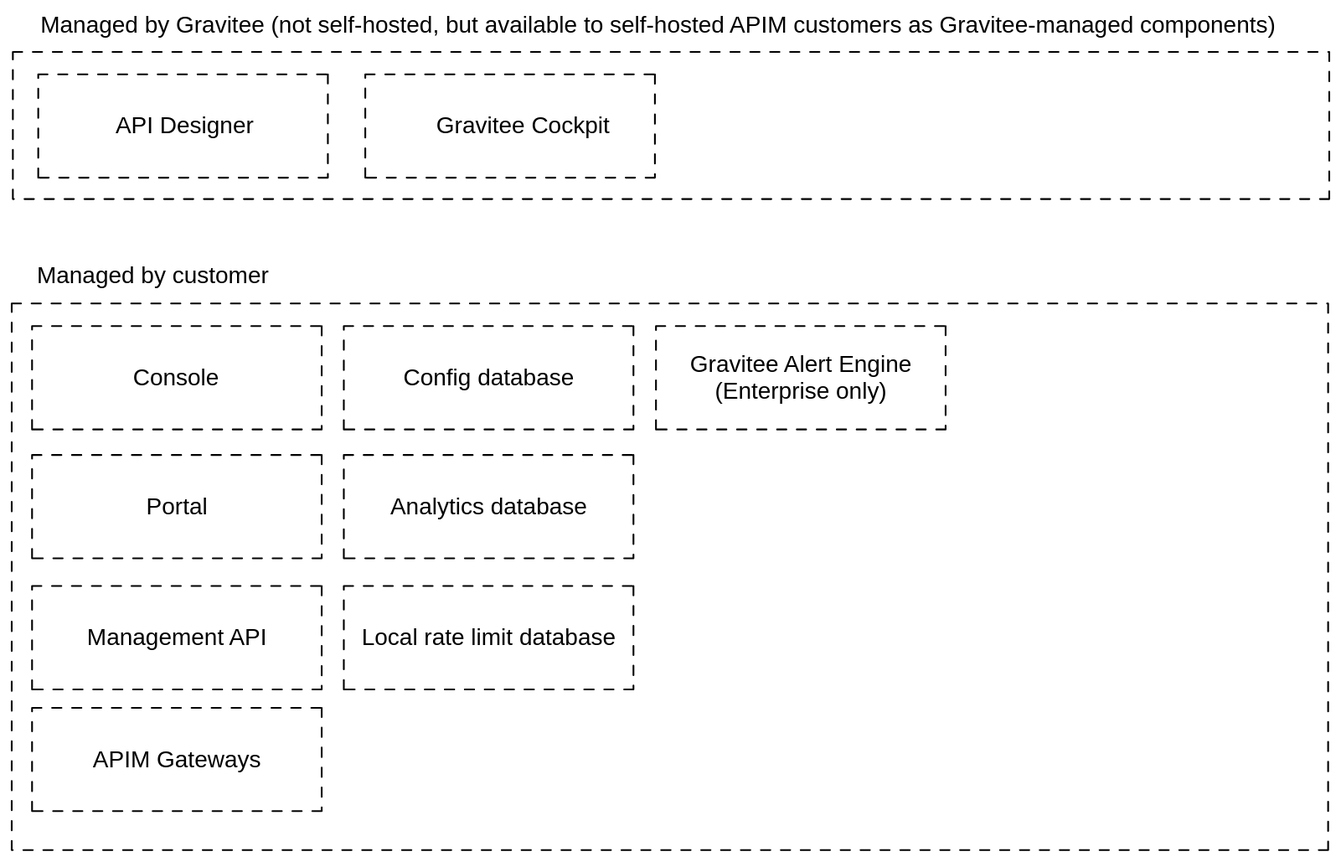
Above: docs/apim/4.2/.gitbook/assets/file.excalidraw (20).svg in gravitee-io/gravitee-platform-docs (Excalidraw), before the change. Source tidied: one line per element, renumbered; positions are measured from the earlier drawing's top-left corner, leaving out a move shared by most shapes. The source it was exported from:
```json
{"id": 0, "type": "rectangle", "strokeColor": "#000000", "strokeWidth": 1, "strokeStyle": "dashed", "roughness": 0, "x": 1, "y": 34, "width": 1123, "height": 126}
{"id": 1, "type": "rectangle", "strokeColor": "#000000", "strokeWidth": 1, "strokeStyle": "dashed", "roughness": 0, "x": 0, "y": 249, "width": 1123, "height": 466}
{"id": 2, "type": "text", "text": "Managed by Gravitee (not self-hosted, but available to self-hosted APIM customers as Gravitee-managed components)", "strokeColor": "#000000", "strokeWidth": 1, "strokeStyle": "dashed", "roughness": 1, "fontSize": 20, "fontFamily": 2, "x": 24, "y": 0, "width": 1056, "height": 23}
{"id": 3, "type": "text", "text": "Managed by customer", "strokeColor": "#000000", "strokeWidth": 1, "strokeStyle": "dashed", "roughness": 1, "fontSize": 20, "fontFamily": 2, "x": 21, "y": 213, "width": 200, "height": 23}
{"id": 4, "type": "rectangle", "strokeColor": "#000000", "strokeWidth": 1, "strokeStyle": "dashed", "roughness": 0, "x": 23, "y": 53, "width": 247, "height": 88}
{"id": 5, "type": "rectangle", "strokeColor": "#000000", "strokeWidth": 1, "strokeStyle": "dashed", "roughness": 0, "x": 17, "y": 268, "width": 247, "height": 88}
{"id": 6, "type": "rectangle", "strokeColor": "#000000", "strokeWidth": 1, "strokeStyle": "dashed", "roughness": 0, "x": 283, "y": 268, "width": 247, "height": 88}
{"id": 7, "type": "rectangle", "strokeColor": "#000000", "strokeWidth": 1, "strokeStyle": "dashed", "roughness": 0, "x": 550, "y": 268, "width": 247, "height": 88}
{"id": 8, "type": "text", "text": "Config database", "strokeColor": "#000000", "strokeWidth": 1, "strokeStyle": "dashed", "roughness": 1, "fontSize": 20, "fontFamily": 2, "textAlign": "center", "verticalAlign": "middle", "inside": 6, "x": 333, "y": 301, "width": 148, "height": 23}
{"id": 9, "type": "text", "text": "Gravitee Alert Engine\n(Enterprise only)", "strokeColor": "#000000", "strokeWidth": 1, "strokeStyle": "dashed", "roughness": 1, "fontSize": 20, "fontFamily": 2, "textAlign": "center", "verticalAlign": "middle", "inside": 7, "x": 578, "y": 289, "width": 190, "height": 46}
{"id": 10, "type": "rectangle", "strokeColor": "#000000", "strokeWidth": 1, "strokeStyle": "dashed", "roughness": 0, "x": 283, "y": 378, "width": 247, "height": 88}
{"id": 11, "type": "text", "text": "Analytics database", "strokeColor": "#000000", "strokeWidth": 1, "strokeStyle": "dashed", "roughness": 0, "fontSize": 20, "fontFamily": 2, "textAlign": "center", "verticalAlign": "middle", "inside": 10, "x": 322, "y": 410, "width": 170, "height": 23}
{"id": 12, "type": "rectangle", "strokeColor": "#000000", "strokeWidth": 1, "strokeStyle": "dashed", "roughness": 0, "x": 283, "y": 490, "width": 247, "height": 88}
{"id": 13, "type": "text", "text": "Local rate limit database", "strokeColor": "#000000", "strokeWidth": 1, "strokeStyle": "dashed", "roughness": 0, "fontSize": 20, "fontFamily": 2, "textAlign": "center", "verticalAlign": "middle", "inside": 12, "x": 297, "y": 522, "width": 219, "height": 23}
{"id": 14, "type": "rectangle", "strokeColor": "#000000", "strokeWidth": 1, "strokeStyle": "dashed", "roughness": 0, "x": 17, "y": 378, "width": 247, "height": 88}
{"id": 15, "type": "rectangle", "strokeColor": "#000000", "strokeWidth": 1, "strokeStyle": "dashed", "roughness": 0, "x": 17, "y": 490, "width": 247, "height": 88}
{"id": 16, "type": "rectangle", "strokeColor": "#000000", "strokeWidth": 1, "strokeStyle": "dashed", "roughness": 0, "x": 17, "y": 594, "width": 247, "height": 88}
{"id": 17, "type": "text", "text": "Portal", "strokeColor": "#000000", "strokeWidth": 1, "strokeStyle": "dashed", "roughness": 1, "fontSize": 20, "fontFamily": 2, "textAlign": "center", "verticalAlign": "middle", "inside": 14, "x": 114, "y": 410, "width": 54, "height": 23}
{"id": 18, "type": "text", "text": "Management API", "strokeColor": "#000000", "strokeWidth": 1, "strokeStyle": "dashed", "roughness": 1, "fontSize": 20, "fontFamily": 2, "textAlign": "center", "verticalAlign": "middle", "inside": 15, "x": 63, "y": 522, "width": 155, "height": 23}
{"id": 19, "type": "text", "text": "APIM Gateways", "strokeColor": "#000000", "strokeWidth": 1, "strokeStyle": "dashed", "roughness": 1, "fontSize": 20, "fontFamily": 2, "textAlign": "center", "verticalAlign": "middle", "inside": 16, "x": 68, "y": 626, "width": 145, "height": 23}
{"id": 20, "type": "rectangle", "strokeColor": "#000000", "strokeWidth": 1, "strokeStyle": "dashed", "roughness": 0, "x": 302, "y": 53, "width": 247, "height": 88}
{"id": 21, "type": "text", "text": "API Designer", "strokeColor": "#000000", "strokeWidth": 1, "strokeStyle": "dashed", "roughness": 0, "fontSize": 20, "fontFamily": 2, "x": 89, "y": 86, "width": 120, "height": 23}
{"id": 22, "type": "text", "text": "Console", "strokeColor": "#000000", "strokeWidth": 1, "strokeStyle": "dashed", "roughness": 0, "fontSize": 20, "fontFamily": 2, "x": 103, "y": 301, "width": 75, "height": 23}
{"id": 23, "type": "text", "text": "Gravitee Cockpit", "strokeColor": "#000000", "strokeWidth": 1, "strokeStyle": "dashed", "roughness": 0, "fontSize": 20, "fontFamily": 2, "x": 362, "y": 86, "width": 150, "height": 23}
```
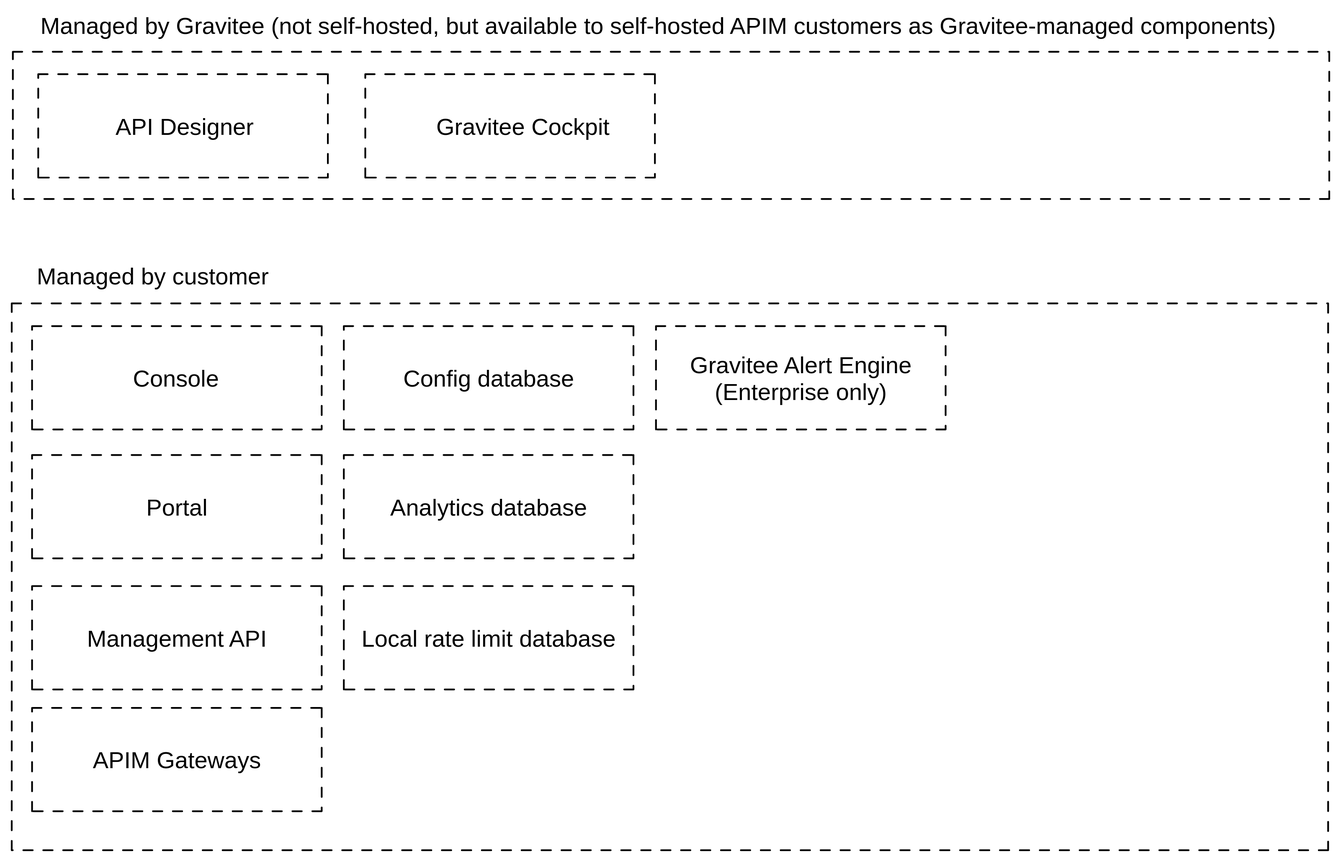
The same file after the commit.

Change to the diagram source:
```diff
@@ -1,24 +1,24 @@
-{"id": 0, "type": "rectangle", "strokeColor": "#000000", "strokeWidth": 1, "strokeStyle": "dashed", "roughness": 0, "x": 1, "y": 34, "width": 1123, "height": 126}
-{"id": 1, "type": "rectangle", "strokeColor": "#000000", "strokeWidth": 1, "strokeStyle": "dashed", "roughness": 0, "x": 0, "y": 249, "width": 1123, "height": 466}
+{"id": 24, "type": "rectangle", "strokeColor": "#000000", "strokeWidth": 1, "strokeStyle": "dashed", "roughness": 0, "x": 1, "y": 34, "width": 1123, "height": 126}
+{"id": 25, "type": "rectangle", "strokeColor": "#000000", "strokeWidth": 1, "strokeStyle": "dashed", "roughness": 0, "x": 0, "y": 249, "width": 1123, "height": 466}
-{"id": 2, "type": "text", "text": "Managed by Gravitee (not self-hosted, but available to self-hosted APIM customers as Gravitee-managed components)", "strokeColor": "#000000", "strokeWidth": 1, "strokeStyle": "dashed", "roughness": 1, "fontSize": 20, "fontFamily": 2, "x": 24, "y": 0, "width": 1056, "height": 23}
+{"id": 2, "type": "text", "text": "Managed by Gravitee (not self-hosted, but available to self-hosted APIM customers as Gravitee-managed components)", "strokeColor": "#000000", "strokeWidth": 1, "strokeStyle": "dashed", "roughness": 1, "fontSize": 20, "fontFamily": 2, "x": 25, "y": 0, "width": 1056, "height": 23}
-{"id": 3, "type": "text", "text": "Managed by customer", "strokeColor": "#000000", "strokeWidth": 1, "strokeStyle": "dashed", "roughness": 1, "fontSize": 20, "fontFamily": 2, "x": 21, "y": 213, "width": 200, "height": 23}
+{"id": 3, "type": "text", "text": "Managed by customer", "strokeColor": "#000000", "strokeWidth": 1, "strokeStyle": "dashed", "roughness": 1, "fontSize": 20, "fontFamily": 2, "x": 21, "y": 214, "width": 200, "height": 23}
-{"id": 4, "type": "rectangle", "strokeColor": "#000000", "strokeWidth": 1, "strokeStyle": "dashed", "roughness": 0, "x": 23, "y": 53, "width": 247, "height": 88}
-{"id": 5, "type": "rectangle", "strokeColor": "#000000", "strokeWidth": 1, "strokeStyle": "dashed", "roughness": 0, "x": 17, "y": 268, "width": 247, "height": 88}
-{"id": 6, "type": "rectangle", "strokeColor": "#000000", "strokeWidth": 1, "strokeStyle": "dashed", "roughness": 0, "x": 283, "y": 268, "width": 247, "height": 88}
-{"id": 7, "type": "rectangle", "strokeColor": "#000000", "strokeWidth": 1, "strokeStyle": "dashed", "roughness": 0, "x": 550, "y": 268, "width": 247, "height": 88}
+{"id": 26, "type": "rectangle", "strokeColor": "#000000", "strokeWidth": 1, "strokeStyle": "dashed", "roughness": 0, "x": 23, "y": 53, "width": 247, "height": 88}
+{"id": 27, "type": "rectangle", "strokeColor": "#000000", "strokeWidth": 1, "strokeStyle": "dashed", "roughness": 0, "x": 17, "y": 268, "width": 247, "height": 88}
+{"id": 28, "type": "rectangle", "strokeColor": "#000000", "strokeWidth": 1, "strokeStyle": "dashed", "roughness": 0, "x": 283, "y": 268, "width": 247, "height": 88}
+{"id": 29, "type": "rectangle", "strokeColor": "#000000", "strokeWidth": 1, "strokeStyle": "dashed", "roughness": 0, "x": 550, "y": 268, "width": 247, "height": 88}
-{"id": 8, "type": "text", "text": "Config database", "strokeColor": "#000000", "strokeWidth": 1, "strokeStyle": "dashed", "roughness": 1, "fontSize": 20, "fontFamily": 2, "textAlign": "center", "verticalAlign": "middle", "inside": 6, "x": 333, "y": 301, "width": 148, "height": 23}
+{"id": 8, "type": "text", "text": "Config database", "strokeColor": "#000000", "strokeWidth": 1, "strokeStyle": "dashed", "roughness": 1, "fontSize": 20, "fontFamily": 2, "textAlign": "center", "verticalAlign": "middle", "inside": 28, "x": 333, "y": 301, "width": 148, "height": 23}
-{"id": 9, "type": "text", "text": "Gravitee Alert Engine\n(Enterprise only)", "strokeColor": "#000000", "strokeWidth": 1, "strokeStyle": "dashed", "roughness": 1, "fontSize": 20, "fontFamily": 2, "textAlign": "center", "verticalAlign": "middle", "inside": 7, "x": 578, "y": 289, "width": 190, "height": 46}
+{"id": 9, "type": "text", "text": "Gravitee Alert Engine\n(Enterprise only)", "strokeColor": "#000000", "strokeWidth": 1, "strokeStyle": "dashed", "roughness": 1, "fontSize": 20, "fontFamily": 2, "textAlign": "center", "verticalAlign": "middle", "inside": 29, "x": 578, "y": 289, "width": 190, "height": 46}
-{"id": 10, "type": "rectangle", "strokeColor": "#000000", "strokeWidth": 1, "strokeStyle": "dashed", "roughness": 0, "x": 283, "y": 378, "width": 247, "height": 88}
+{"id": 30, "type": "rectangle", "strokeColor": "#000000", "strokeWidth": 1, "strokeStyle": "dashed", "roughness": 0, "x": 283, "y": 378, "width": 247, "height": 88}
-{"id": 11, "type": "text", "text": "Analytics database", "strokeColor": "#000000", "strokeWidth": 1, "strokeStyle": "dashed", "roughness": 0, "fontSize": 20, "fontFamily": 2, "textAlign": "center", "verticalAlign": "middle", "inside": 10, "x": 322, "y": 410, "width": 170, "height": 23}
+{"id": 11, "type": "text", "text": "Analytics database", "strokeColor": "#000000", "strokeWidth": 1, "strokeStyle": "dashed", "roughness": 0, "fontSize": 20, "fontFamily": 2, "textAlign": "center", "verticalAlign": "middle", "inside": 30, "x": 322, "y": 411, "width": 170, "height": 23}
-{"id": 12, "type": "rectangle", "strokeColor": "#000000", "strokeWidth": 1, "strokeStyle": "dashed", "roughness": 0, "x": 283, "y": 490, "width": 247, "height": 88}
+{"id": 31, "type": "rectangle", "strokeColor": "#000000", "strokeWidth": 1, "strokeStyle": "dashed", "roughness": 0, "x": 283, "y": 490, "width": 247, "height": 88}
-{"id": 13, "type": "text", "text": "Local rate limit database", "strokeColor": "#000000", "strokeWidth": 1, "strokeStyle": "dashed", "roughness": 0, "fontSize": 20, "fontFamily": 2, "textAlign": "center", "verticalAlign": "middle", "inside": 12, "x": 297, "y": 522, "width": 219, "height": 23}
+{"id": 13, "type": "text", "text": "Local rate limit database", "strokeColor": "#000000", "strokeWidth": 1, "strokeStyle": "dashed", "roughness": 0, "fontSize": 20, "fontFamily": 2, "textAlign": "center", "verticalAlign": "middle", "inside": 31, "x": 297, "y": 522, "width": 219, "height": 23}
-{"id": 14, "type": "rectangle", "strokeColor": "#000000", "strokeWidth": 1, "strokeStyle": "dashed", "roughness": 0, "x": 17, "y": 378, "width": 247, "height": 88}
-{"id": 15, "type": "rectangle", "strokeColor": "#000000", "strokeWidth": 1, "strokeStyle": "dashed", "roughness": 0, "x": 17, "y": 490, "width": 247, "height": 88}
-{"id": 16, "type": "rectangle", "strokeColor": "#000000", "strokeWidth": 1, "strokeStyle": "dashed", "roughness": 0, "x": 17, "y": 594, "width": 247, "height": 88}
+{"id": 32, "type": "rectangle", "strokeColor": "#000000", "strokeWidth": 1, "strokeStyle": "dashed", "roughness": 0, "x": 17, "y": 378, "width": 247, "height": 88}
+{"id": 33, "type": "rectangle", "strokeColor": "#000000", "strokeWidth": 1, "strokeStyle": "dashed", "roughness": 0, "x": 17, "y": 490, "width": 247, "height": 88}
+{"id": 34, "type": "rectangle", "strokeColor": "#000000", "strokeWidth": 1, "strokeStyle": "dashed", "roughness": 0, "x": 17, "y": 594, "width": 247, "height": 88}
-{"id": 17, "type": "text", "text": "Portal", "strokeColor": "#000000", "strokeWidth": 1, "strokeStyle": "dashed", "roughness": 1, "fontSize": 20, "fontFamily": 2, "textAlign": "center", "verticalAlign": "middle", "inside": 14, "x": 114, "y": 410, "width": 54, "height": 23}
+{"id": 17, "type": "text", "text": "Portal", "strokeColor": "#000000", "strokeWidth": 1, "strokeStyle": "dashed", "roughness": 1, "fontSize": 20, "fontFamily": 2, "textAlign": "center", "verticalAlign": "middle", "inside": 32, "x": 114, "y": 411, "width": 54, "height": 23}
-{"id": 18, "type": "text", "text": "Management API", "strokeColor": "#000000", "strokeWidth": 1, "strokeStyle": "dashed", "roughness": 1, "fontSize": 20, "fontFamily": 2, "textAlign": "center", "verticalAlign": "middle", "inside": 15, "x": 63, "y": 522, "width": 155, "height": 23}
+{"id": 18, "type": "text", "text": "Management API", "strokeColor": "#000000", "strokeWidth": 1, "strokeStyle": "dashed", "roughness": 1, "fontSize": 20, "fontFamily": 2, "textAlign": "center", "verticalAlign": "middle", "inside": 33, "x": 63, "y": 522, "width": 155, "height": 23}
-{"id": 19, "type": "text", "text": "APIM Gateways", "strokeColor": "#000000", "strokeWidth": 1, "strokeStyle": "dashed", "roughness": 1, "fontSize": 20, "fontFamily": 2, "textAlign": "center", "verticalAlign": "middle", "inside": 16, "x": 68, "y": 626, "width": 145, "height": 23}
+{"id": 19, "type": "text", "text": "APIM Gateways", "strokeColor": "#000000", "strokeWidth": 1, "strokeStyle": "dashed", "roughness": 1, "fontSize": 20, "fontFamily": 2, "textAlign": "center", "verticalAlign": "middle", "inside": 34, "x": 68, "y": 626, "width": 145, "height": 23}
-{"id": 20, "type": "rectangle", "strokeColor": "#000000", "strokeWidth": 1, "strokeStyle": "dashed", "roughness": 0, "x": 302, "y": 53, "width": 247, "height": 88}
+{"id": 35, "type": "rectangle", "strokeColor": "#000000", "strokeWidth": 1, "strokeStyle": "dashed", "roughness": 0, "x": 302, "y": 53, "width": 247, "height": 88}
 {"id": 21, "type": "text", "text": "API Designer", "strokeColor": "#000000", "strokeWidth": 1, "strokeStyle": "dashed", "roughness": 0, "fontSize": 20, "fontFamily": 2, "x": 89, "y": 86, "width": 120, "height": 23}
 {"id": 22, "type": "text", "text": "Console", "strokeColor": "#000000", "strokeWidth": 1, "strokeStyle": "dashed", "roughness": 0, "fontSize": 20, "fontFamily": 2, "x": 103, "y": 301, "width": 75, "height": 23}
-{"id": 23, "type": "text", "text": "Gravitee Cockpit", "strokeColor": "#000000", "strokeWidth": 1, "strokeStyle": "dashed", "roughness": 0, "fontSize": 20, "fontFamily": 2, "x": 362, "y": 86, "width": 150, "height": 23}
+{"id": 36, "type": "text", "text": "Gravitee Cloud", "strokeColor": "#000000", "strokeWidth": 1, "strokeStyle": "dashed", "roughness": 0, "fontSize": 20, "fontFamily": 2, "x": 362, "y": 86, "width": 135, "height": 23}
```
